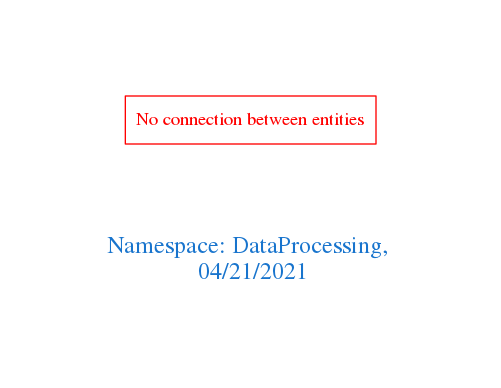
Earlier version of the Graphviz export downloads/DataProcessing.png (arago/OGIT). Its source is kept beside it as downloads/DataProcessing.dot.
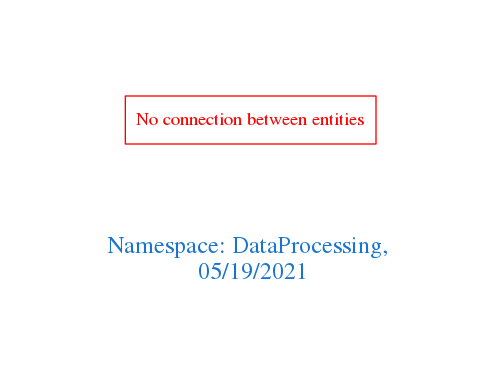
The same file after the commit.

The edit, as a diff of the source:
```diff
@@ -1,7 +1,7 @@
 digraph OGIT_ontology {
  graph [ rankdir= LR,pad=1
 fontsize = 18,
-fontcolor= dodgerblue3,label = "\n\n\nNamespace: DataProcessing, \n 04/21/2021"];
+fontcolor= dodgerblue3,label = "\n\n\nNamespace: DataProcessing, \n 05/19/2021"];
 node[shape=polygon];
 edge [  color="gray81"];
 
```
